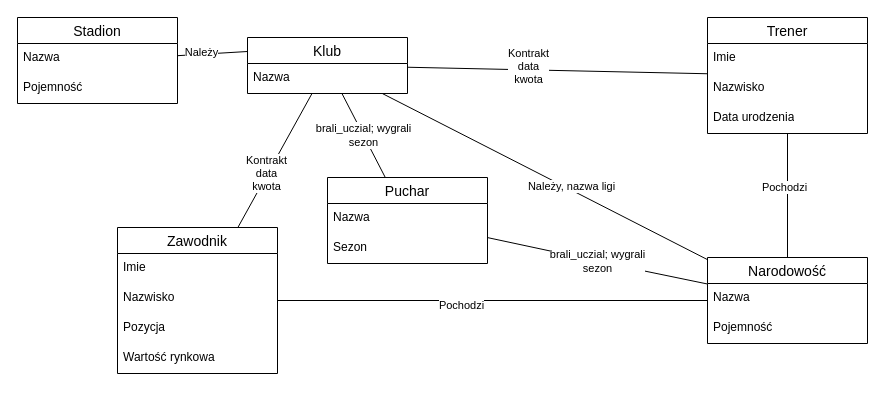
Above: Projekt_pikarski.drawio in albertmazur/scraper_club (draw.io), before the change. Source tidied: cells renumbered, new cells numbered last; positions are measured from the earlier drawing's top-left corner, leaving out a move shared by most shapes. Both pictures are drawn from the tidied source at 100%, with x=0, y=0 at pixel (17, 17).
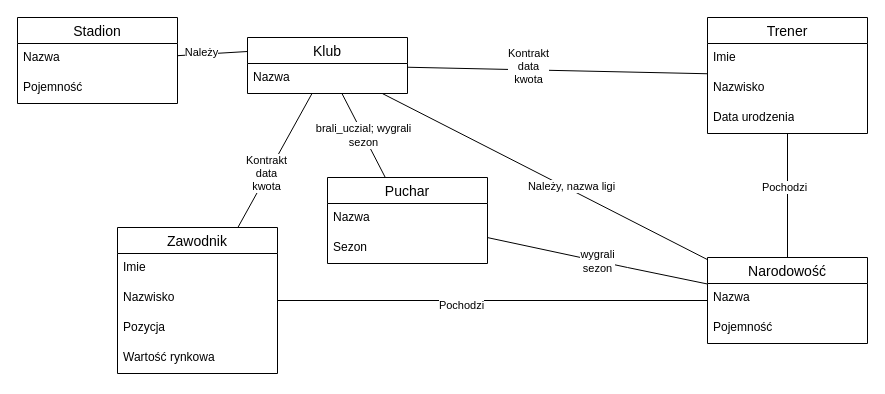
The same page after the edit.

Commit message (it also covers changes not shown here):
Poprawa schematu

The change refers to these unchanged cells:
```xml
<mxCell id="16" value="Puchar" style="swimlane;fontStyle=0;horizontal=1;startSize=26;align=center;fontSize=14;" parent="1" vertex="1">
  <mxGeometry x="310" y="160" width="160" height="86" as="geometry" />
</mxCell>
<mxCell id="26" value="Narodowość" style="swimlane;fontStyle=0;horizontal=1;startSize=26;align=center;fontSize=14;" parent="1" vertex="1">
  <mxGeometry x="690" y="240" width="160" height="86" as="geometry" />
</mxCell>
```

Diff of the diagram source:
```diff
@@
-    <mxCell id="35" value="brali_uczial; wygrali&lt;br&gt;sezon" style="endArrow=none;html=1;rounded=0;" parent="1" edge="1" source="26" target="16">
+    <mxCell id="35" value="wygrali&lt;br&gt;sezon" style="endArrow=none;html=1;rounded=0;" parent="1" edge="1" source="26" target="16">
       <mxGeometry relative="1" as="geometry">
         <Array as="points">
           <mxPoint x="610" y="250" />
         </Array>
       </mxGeometry>
     </mxCell>
```
